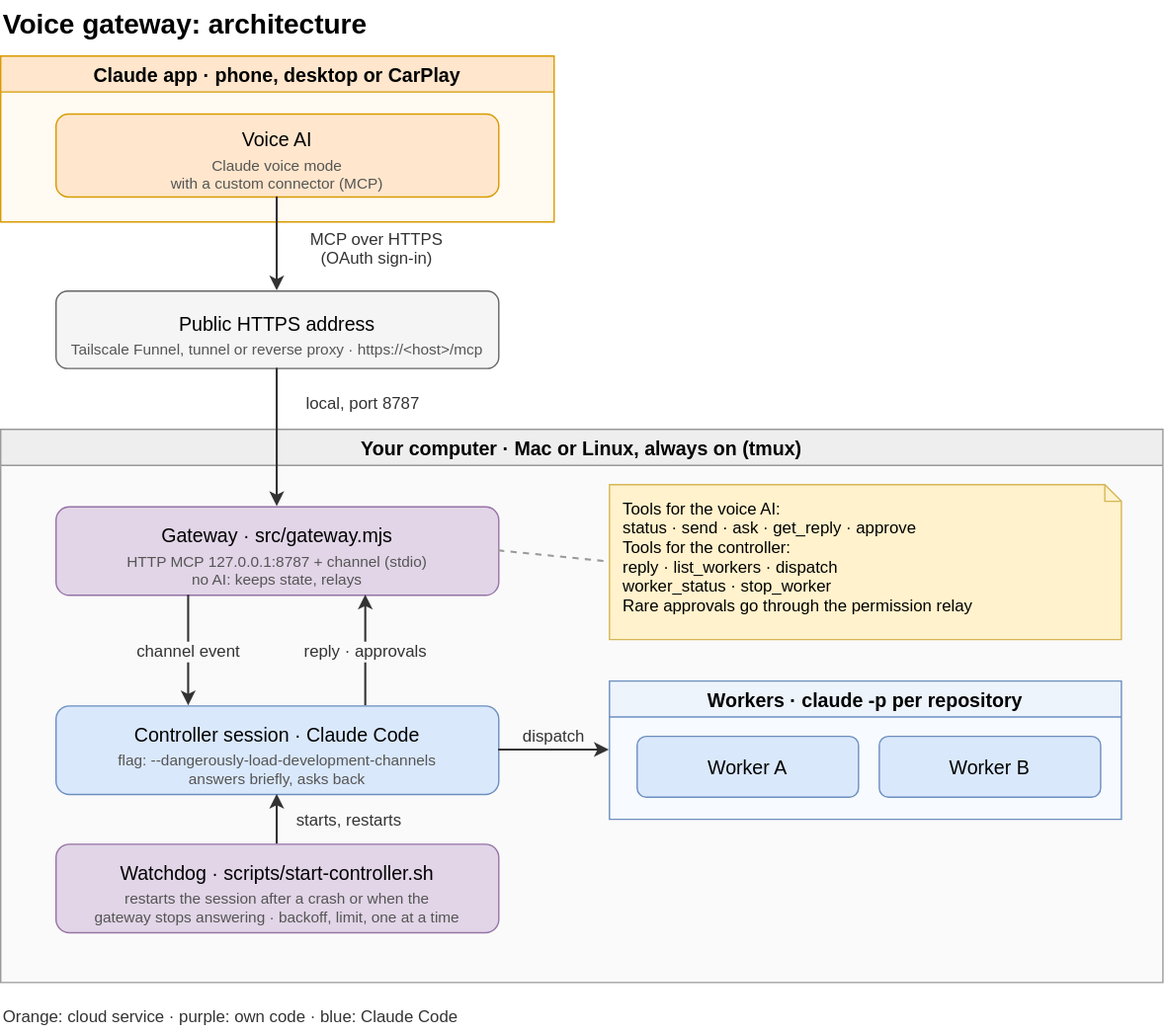
alderg/cc-voice-gateway keeps this draw.io diagram as docs/architecture.drawio.svg. Above is the earlier version. Source tidied: cells renumbered, new cells last; positions are measured from the earlier drawing's top-left corner, leaving out a move shared by most shapes.
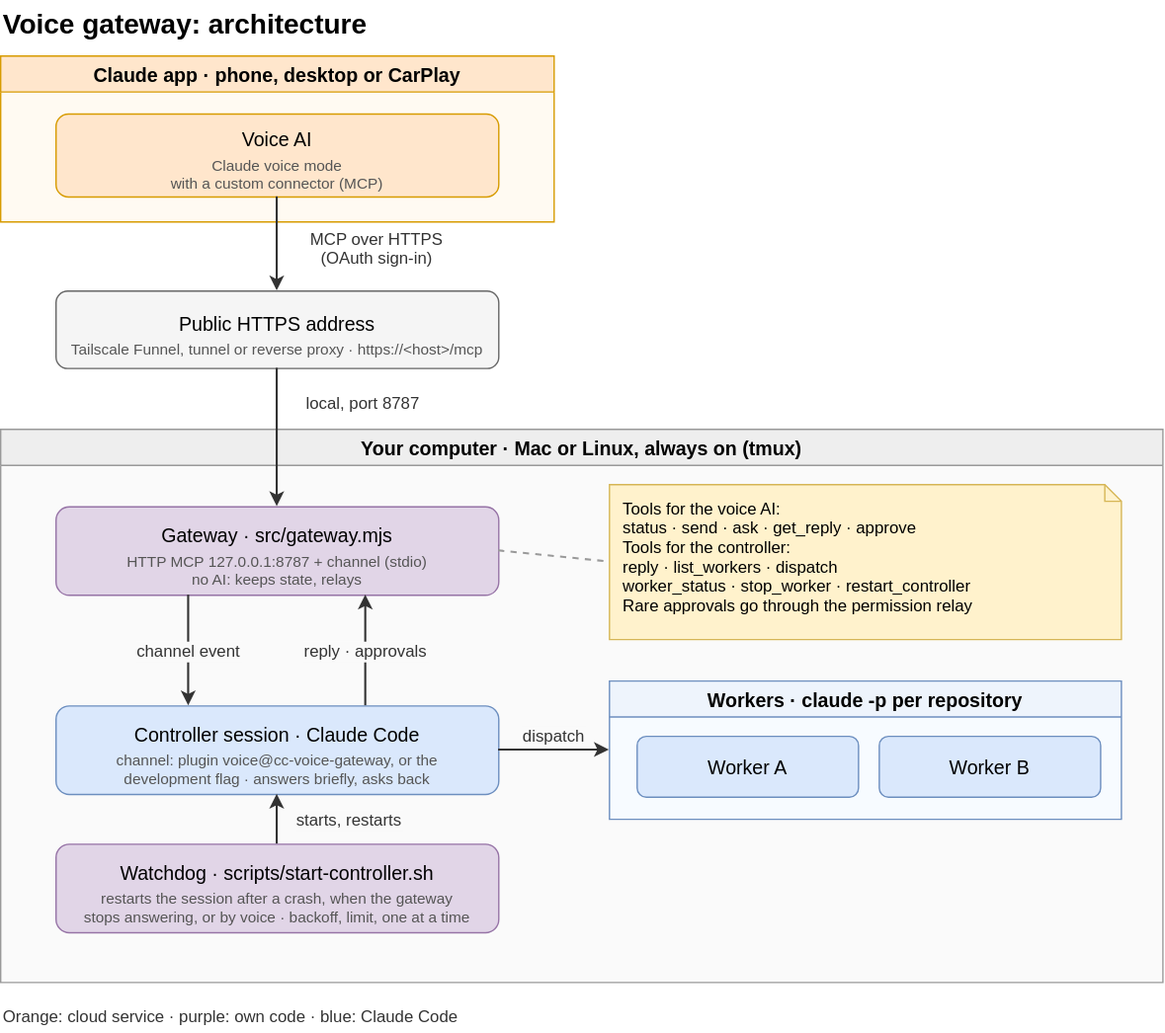
After the change.

Diff of the diagram source:
```diff
@@ -32,10 +32,10 @@
     <mxCell id="11" value="Controller session · Claude Code" style="rounded=1;html=0;fontSize=14;fillColor=#dae8fc;strokeColor=#6c8ebf;fontStyle=0;verticalAlign=top;spacingTop=6.9;" parent="8" vertex="1">
       <mxGeometry x="40" y="200" width="320" height="64" as="geometry" />
     </mxCell>
-    <mxCell id="12" value="flag: --dangerously-load-development-channels&#10;answers briefly, asks back" style="text;html=0;fontSize=11;fontColor=#555555;align=center;verticalAlign=top;spacing=0;strokeColor=none;fillColor=none;" parent="11" vertex="1">
+    <mxCell id="12" value="channel: plugin voice@cc-voice-gateway, or the&#10;development flag · answers briefly, asks back" style="text;html=0;fontSize=11;fontColor=#555555;align=center;verticalAlign=top;spacing=0;strokeColor=none;fillColor=none;" parent="11" vertex="1">
       <mxGeometry y="28.7" width="320" height="26.4" as="geometry" />
     </mxCell>
-    <mxCell id="13" value="Tools for the voice AI:&#10;status · send · ask · get_reply · approve&#10;Tools for the controller:&#10;reply · list_workers · dispatch&#10;worker_status · stop_worker&#10;Rare approvals go through the permission relay" style="shape=note;size=12;html=0;fontSize=12;align=left;verticalAlign=top;spacingLeft=8;spacingTop=4;fillColor=#fff2cc;strokeColor=#d6b656;" parent="8" vertex="1">
+    <mxCell id="13" value="Tools for the voice AI:&#10;status · send · ask · get_reply · approve&#10;Tools for the controller:&#10;reply · list_workers · dispatch&#10;worker_status · stop_worker · restart_controller&#10;Rare approvals go through the permission relay" style="shape=note;size=12;html=0;fontSize=12;align=left;verticalAlign=top;spacingLeft=8;spacingTop=4;fillColor=#fff2cc;strokeColor=#d6b656;" parent="8" vertex="1">
       <mxGeometry x="440" y="40" width="370" height="112" as="geometry" />
     </mxCell>
     <mxCell id="14" value="Workers · claude -p per repository" style="swimlane;startSize=26;html=0;fontSize=14;fontStyle=1;fillColor=#eef4fc;strokeColor=#6c8ebf;swimlaneFillColor=#f7fbff;rounded=0;" parent="8" vertex="1">
@@ -50,7 +50,7 @@
     <mxCell id="17" value="Watchdog · scripts/start-controller.sh" style="rounded=1;html=0;fontSize=14;fillColor=#e1d5e7;strokeColor=#9673a6;fontStyle=0;verticalAlign=top;spacingTop=6.9;" parent="8" vertex="1">
       <mxGeometry x="40" y="300" width="320" height="64" as="geometry" />
     </mxCell>
-    <mxCell id="18" value="restarts the session after a crash or when the&#10;gateway stops answering · backoff, limit, one at a time" style="text;html=0;fontSize=11;fontColor=#555555;align=center;verticalAlign=top;spacing=0;strokeColor=none;fillColor=none;" parent="17" vertex="1">
+    <mxCell id="18" value="restarts the session after a crash, when the gateway&#10;stops answering, or by voice · backoff, limit, one at a time" style="text;html=0;fontSize=11;fontColor=#555555;align=center;verticalAlign=top;spacing=0;strokeColor=none;fillColor=none;" parent="17" vertex="1">
       <mxGeometry y="28.7" width="320" height="26.4" as="geometry" />
     </mxCell>
     <mxCell id="19" value="Orange: cloud service · purple: own code · blue: Claude Code" style="text;html=0;fontSize=12;align=left;verticalAlign=middle;strokeColor=none;fillColor=none;fontStyle=0;fontColor=#333333;" parent="1" vertex="1">
```
